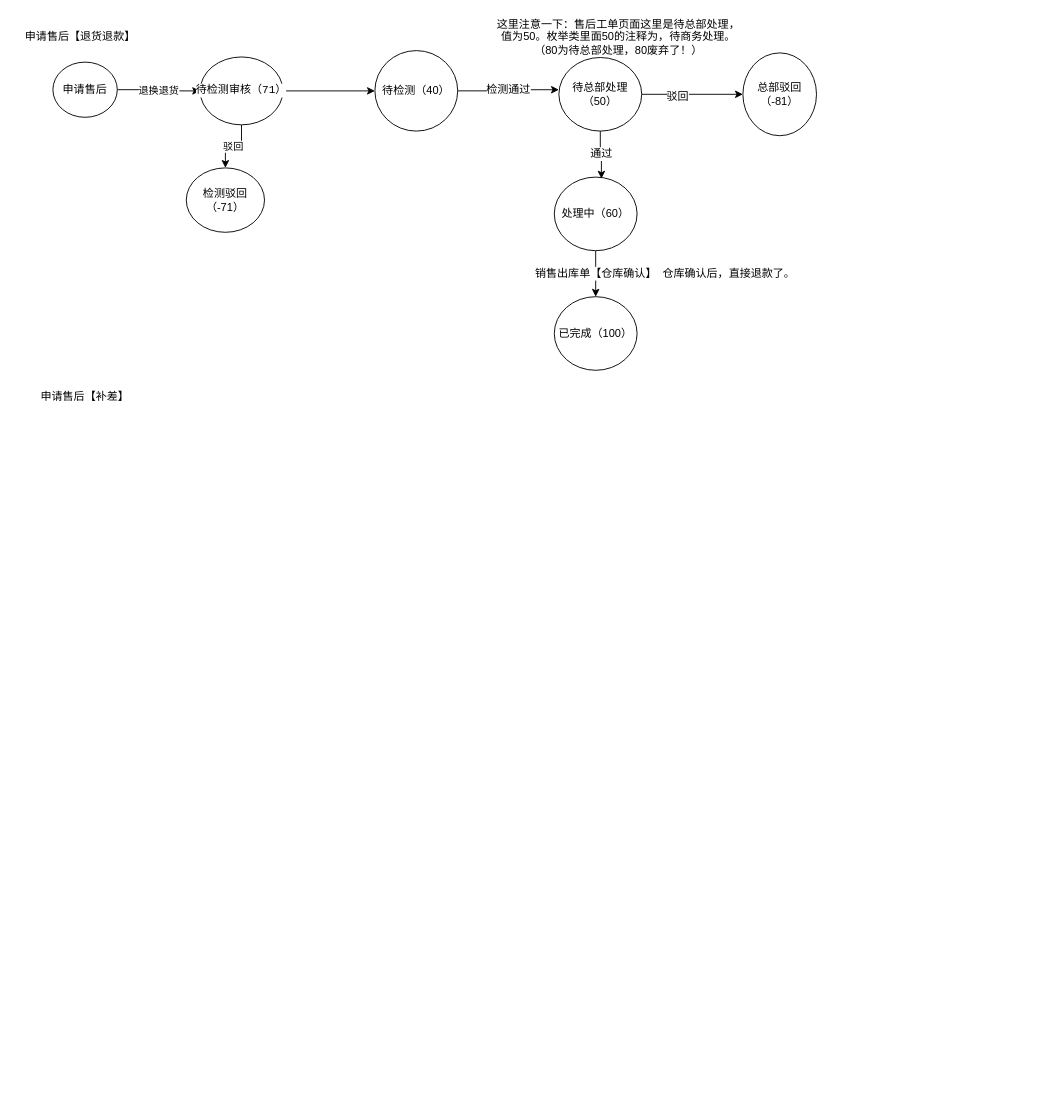
Earlier version of the draw.io diagram 售后状态.drawio (maodunUi/myDraw). Source tidied: cells renumbered, new cells numbered last; positions are measured from the earlier drawing's top-left corner, leaving out a move shared by most shapes. Both pictures are drawn from the tidied source at 92%, with x=0, y=0 at pixel (16, 16).
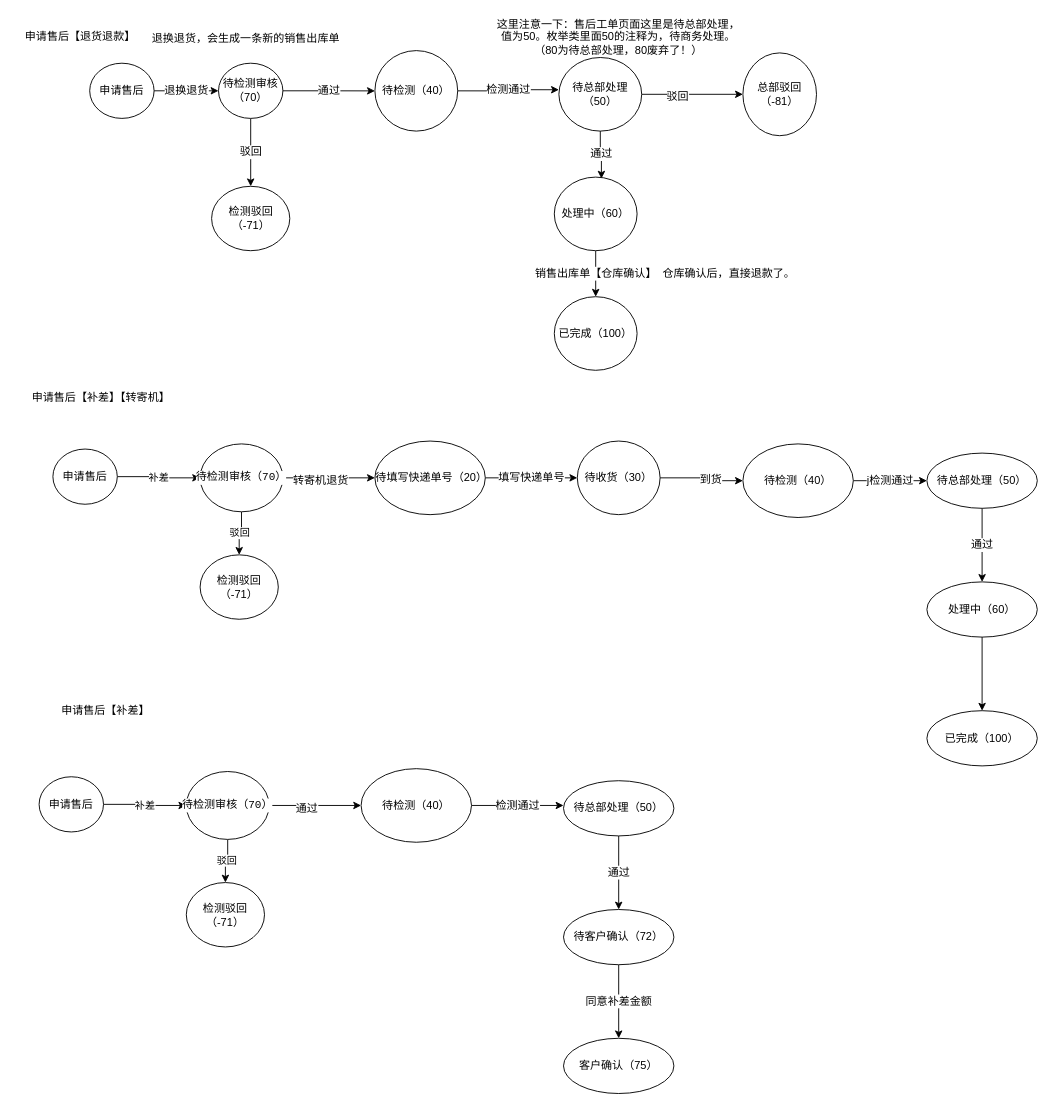
After the change.

Unchanged cells that the change refers to:
```xml
<mxCell id="8" value="待检测（40）" style="ellipse;whiteSpace=wrap;html=1;fontColor=#000000;" parent="1" vertex="1">
  <mxGeometry x="390" y="37.5" width="90" height="87.5" as="geometry" />
</mxCell>
```

What changed in the source:
```diff
@@
-    <mxCell id="2" value="退换退货" style="edgeStyle=orthogonalEdgeStyle;rounded=0;jettySize=auto;html=1;exitX=1;exitY=0.5;exitDx=0;exitDy=0;entryX=0;entryY=0.5;entryDx=0;entryDy=0;" parent="1" edge="1" source="3" target="6">
-      <mxGeometry relative="1" as="geometry" />
-    </mxCell>
+    <mxCell id="22" value="驳回" style="edgeStyle=orthogonalEdgeStyle;rounded=0;jettySize=auto;html=1;exitX=0.5;exitY=1;exitDx=0;exitDy=0;entryX=0.5;entryY=0;entryDx=0;entryDy=0;fontSize=12;fontColor=#000000;" parent="1" edge="1" source="3" target="9">
+      <mxGeometry relative="1" as="geometry" />
+    </mxCell>
-    <mxCell id="3" value="申请售后" style="ellipse;whiteSpace=wrap;html=1;" parent="1" vertex="1">
-      <mxGeometry x="40" y="50" width="70" height="60" as="geometry" />
+    <mxCell id="3" value="待检测审核（70）" style="ellipse;whiteSpace=wrap;html=1;" parent="1" vertex="1">
+      <mxGeometry x="220" y="51.2" width="70" height="60" as="geometry" />
     </mxCell>
-    <mxCell id="4" value="驳回" style="edgeStyle=orthogonalEdgeStyle;rounded=0;jettySize=auto;html=1;exitX=0.5;exitY=1;exitDx=0;exitDy=0;entryX=0.5;entryY=0;entryDx=0;entryDy=0;fontColor=#000000;" parent="1" edge="1" source="6" target="9">
-      <mxGeometry relative="1" as="geometry" />
-    </mxCell>
-    <mxCell id="5" style="edgeStyle=orthogonalEdgeStyle;rounded=0;jettySize=auto;html=1;exitX=1;exitY=0.5;exitDx=0;exitDy=0;fontSize=12;fontColor=#000000;" parent="1" edge="1" source="6" target="8">
+    <mxCell id="5" value="通过" style="edgeStyle=orthogonalEdgeStyle;rounded=0;jettySize=auto;html=1;fontSize=12;fontColor=#000000;" parent="1" edge="1" source="3" target="8">
       <mxGeometry relative="1" as="geometry" />
     </mxCell>
-    <mxCell id="6" value="&lt;pre style=&quot;background-color: rgb(255 , 255 , 255)&quot;&gt;待检测审核（71）&lt;/pre&gt;" style="ellipse;whiteSpace=wrap;html=1;" parent="1" vertex="1">
-      <mxGeometry x="200" y="44.4" width="90" height="73.8" as="geometry" />
-    </mxCell>
@@
     <mxCell id="9" value="检测驳回（-71）" style="ellipse;whiteSpace=wrap;html=1;fontColor=#000000;" parent="1" vertex="1">
-      <mxGeometry x="185" y="165" width="85" height="70" as="geometry" />
+      <mxGeometry x="212.5" y="185" width="85" height="70" as="geometry" />
     </mxCell>
@@
-    <mxCell id="21" value="申请售后【补差】" style="text;html=1;strokeColor=none;fillColor=none;align=center;verticalAlign=middle;whiteSpace=wrap;rounded=0;fontSize=12;fontColor=#000000;" parent="1" vertex="1">
-      <mxGeometry x="5" y="405" width="140" height="17" as="geometry" />
+    <mxCell id="21" value="申请售后【补差】【转寄机】" style="text;html=1;strokeColor=none;fillColor=none;align=center;verticalAlign=middle;whiteSpace=wrap;rounded=0;fontSize=12;fontColor=#000000;" parent="1" vertex="1">
+      <mxGeometry x="5" y="405" width="175" height="20" as="geometry" />
     </mxCell>
+    <mxCell id="23" value="退换退货，会生成一条新的销售出库单" style="text;html=1;strokeColor=none;fillColor=none;align=center;verticalAlign=middle;whiteSpace=wrap;rounded=0;fontSize=12;fontColor=#000000;" parent="1" vertex="1">
+      <mxGeometry x="140" y="12.5" width="220" height="25" as="geometry" />
+    </mxCell>
+    <mxCell id="24" value="补差" style="edgeStyle=orthogonalEdgeStyle;rounded=0;jettySize=auto;html=1;exitX=1;exitY=0.5;exitDx=0;exitDy=0;entryX=0;entryY=0.5;entryDx=0;entryDy=0;" parent="1" edge="1" source="25" target="29">
+      <mxGeometry relative="1" as="geometry" />
+    </mxCell>
+    <mxCell id="25" value="申请售后" style="ellipse;whiteSpace=wrap;html=1;" parent="1" vertex="1">
+      <mxGeometry x="40" y="470.6" width="70" height="60" as="geometry" />
+    </mxCell>
+    <mxCell id="26" value="驳回" style="edgeStyle=orthogonalEdgeStyle;rounded=0;jettySize=auto;html=1;exitX=0.5;exitY=1;exitDx=0;exitDy=0;entryX=0.5;entryY=0;entryDx=0;entryDy=0;fontColor=#000000;" parent="1" edge="1" source="29" target="30">
+      <mxGeometry relative="1" as="geometry" />
+    </mxCell>
+    <mxCell id="27" style="edgeStyle=orthogonalEdgeStyle;rounded=0;jettySize=auto;html=1;exitX=1;exitY=0.5;exitDx=0;exitDy=0;fontSize=12;fontColor=#000000;" parent="1" edge="1" source="29">
+      <mxGeometry relative="1" as="geometry">
+        <mxPoint x="390" y="501.9" as="targetPoint" />
+      </mxGeometry>
+    </mxCell>
+    <mxCell id="28" value="转寄机退货" style="edgeLabel;html=1;align=center;verticalAlign=middle;fontSize=12;fontColor=#000000;" parent="27" vertex="1">
+      <mxGeometry x="-0.2" y="-3" relative="1" as="geometry" />
+    </mxCell>
+    <mxCell id="29" value="&lt;pre style=&quot;background-color: rgb(255 , 255 , 255)&quot;&gt;待检测审核（70）&lt;/pre&gt;" style="ellipse;whiteSpace=wrap;html=1;" parent="1" vertex="1">
+      <mxGeometry x="200" y="465" width="90" height="73.8" as="geometry" />
+    </mxCell>
+    <mxCell id="30" value="检测驳回（-71）" style="ellipse;whiteSpace=wrap;html=1;fontColor=#000000;" parent="1" vertex="1">
+      <mxGeometry x="200" y="585.6" width="85" height="70" as="geometry" />
+    </mxCell>
+    <mxCell id="31" style="edgeStyle=orthogonalEdgeStyle;rounded=0;jettySize=auto;html=1;exitX=1;exitY=0.5;exitDx=0;exitDy=0;entryX=0;entryY=0.5;entryDx=0;entryDy=0;fontSize=12;fontColor=#000000;" parent="1" edge="1" source="33" target="37">
+      <mxGeometry relative="1" as="geometry" />
+    </mxCell>
+    <mxCell id="32" value="到货" style="edgeLabel;html=1;align=center;verticalAlign=middle;fontSize=12;fontColor=#000000;" parent="31" vertex="1">
+      <mxGeometry x="0.25" y="2" relative="1" as="geometry" />
+    </mxCell>
+    <mxCell id="33" value="待收货（30）" style="ellipse;whiteSpace=wrap;html=1;fontSize=12;fontColor=#000000;" parent="1" vertex="1">
+      <mxGeometry x="610" y="461.9" width="90" height="80" as="geometry" />
+    </mxCell>
+    <mxCell id="34" value="填写快递单号" style="edgeStyle=orthogonalEdgeStyle;rounded=0;jettySize=auto;html=1;exitX=1;exitY=0.5;exitDx=0;exitDy=0;entryX=0;entryY=0.5;entryDx=0;entryDy=0;fontSize=12;fontColor=#000000;" parent="1" edge="1" source="35" target="33">
+      <mxGeometry relative="1" as="geometry" />
+    </mxCell>
+    <mxCell id="35" value="待填写快递单号（20）" style="ellipse;whiteSpace=wrap;html=1;fontSize=12;fontColor=#000000;" parent="1" vertex="1">
+      <mxGeometry x="390" y="461.9" width="120" height="80" as="geometry" />
+    </mxCell>
+    <mxCell id="36" value="j检测通过" style="edgeStyle=orthogonalEdgeStyle;rounded=0;jettySize=auto;html=1;fontSize=12;fontColor=#000000;" parent="1" edge="1" source="37" target="39">
+      <mxGeometry relative="1" as="geometry" />
+    </mxCell>
+    <mxCell id="37" value="待检测（40）" style="ellipse;whiteSpace=wrap;html=1;fontSize=12;fontColor=#000000;" parent="1" vertex="1">
+      <mxGeometry x="790" y="465" width="120" height="80" as="geometry" />
+    </mxCell>
+    <mxCell id="38" value="通过" style="edgeStyle=orthogonalEdgeStyle;rounded=0;jettySize=auto;html=1;fontSize=12;fontColor=#000000;" parent="1" edge="1" source="39" target="41">
+      <mxGeometry relative="1" as="geometry" />
+    </mxCell>
+    <mxCell id="39" value="&lt;span&gt;待总部处理（50）&lt;/span&gt;" style="ellipse;whiteSpace=wrap;html=1;fontColor=#000000;" parent="1" vertex="1">
+      <mxGeometry x="990" y="475" width="120" height="60" as="geometry" />
+    </mxCell>
+    <mxCell id="40" style="edgeStyle=orthogonalEdgeStyle;rounded=0;jettySize=auto;html=1;fontSize=12;fontColor=#000000;" parent="1" edge="1" source="41" target="42">
+      <mxGeometry relative="1" as="geometry" />
+    </mxCell>
+    <mxCell id="41" value="&lt;span&gt;处理中（60）&lt;/span&gt;" style="ellipse;whiteSpace=wrap;html=1;fontColor=#000000;" parent="1" vertex="1">
+      <mxGeometry x="990" y="615" width="120" height="60" as="geometry" />
+    </mxCell>
+    <mxCell id="42" value="&lt;span&gt;已完成（100）&lt;/span&gt;" style="ellipse;whiteSpace=wrap;html=1;fontColor=#000000;" parent="1" vertex="1">
+      <mxGeometry x="990" y="755" width="120" height="60" as="geometry" />
+    </mxCell>
+    <mxCell id="43" value="申请售后【补差】" style="text;html=1;strokeColor=none;fillColor=none;align=center;verticalAlign=middle;whiteSpace=wrap;rounded=0;fontSize=12;fontColor=#000000;" parent="1" vertex="1">
+      <mxGeometry x="10" y="745" width="175" height="20" as="geometry" />
+    </mxCell>
+    <mxCell id="44" value="补差" style="edgeStyle=orthogonalEdgeStyle;rounded=0;jettySize=auto;html=1;exitX=1;exitY=0.5;exitDx=0;exitDy=0;entryX=0;entryY=0.5;entryDx=0;entryDy=0;" parent="1" edge="1" source="45" target="49">
+      <mxGeometry relative="1" as="geometry" />
+    </mxCell>
+    <mxCell id="45" value="申请售后" style="ellipse;whiteSpace=wrap;html=1;" parent="1" vertex="1">
+      <mxGeometry x="25" y="826.8" width="70" height="60" as="geometry" />
+    </mxCell>
+    <mxCell id="46" value="驳回" style="edgeStyle=orthogonalEdgeStyle;rounded=0;jettySize=auto;html=1;exitX=0.5;exitY=1;exitDx=0;exitDy=0;entryX=0.5;entryY=0;entryDx=0;entryDy=0;fontColor=#000000;" parent="1" edge="1" source="49" target="50">
+      <mxGeometry relative="1" as="geometry" />
+    </mxCell>
+    <mxCell id="47" style="edgeStyle=orthogonalEdgeStyle;rounded=0;jettySize=auto;html=1;exitX=1;exitY=0.5;exitDx=0;exitDy=0;fontSize=12;fontColor=#000000;" parent="1" edge="1" source="49">
+      <mxGeometry relative="1" as="geometry">
+        <mxPoint x="375" y="858" as="targetPoint" />
+      </mxGeometry>
+    </mxCell>
+    <mxCell id="48" value="通过" style="edgeLabel;html=1;align=center;verticalAlign=middle;fontSize=12;fontColor=#000000;" parent="47" vertex="1">
+      <mxGeometry x="-0.2" y="-3" relative="1" as="geometry" />
+    </mxCell>
+    <mxCell id="49" value="&lt;pre style=&quot;background-color: rgb(255 , 255 , 255)&quot;&gt;待检测审核（70）&lt;/pre&gt;" style="ellipse;whiteSpace=wrap;html=1;" parent="1" vertex="1">
+      <mxGeometry x="185" y="821.1" width="90" height="73.8" as="geometry" />
+    </mxCell>
+    <mxCell id="50" value="检测驳回（-71）" style="ellipse;whiteSpace=wrap;html=1;fontColor=#000000;" parent="1" vertex="1">
+      <mxGeometry x="185" y="941.8" width="85" height="70" as="geometry" />
+    </mxCell>
+    <mxCell id="51" value="检测通过" style="edgeStyle=orthogonalEdgeStyle;rounded=0;jettySize=auto;html=1;exitX=1;exitY=0.5;exitDx=0;exitDy=0;entryX=0;entryY=0.5;entryDx=0;entryDy=0;fontSize=12;fontColor=#000000;" parent="1" edge="1" source="52">
+      <mxGeometry relative="1" as="geometry">
+        <mxPoint x="595" y="858" as="targetPoint" />
+      </mxGeometry>
+    </mxCell>
+    <mxCell id="52" value="待检测（40）" style="ellipse;whiteSpace=wrap;html=1;fontSize=12;fontColor=#000000;" parent="1" vertex="1">
+      <mxGeometry x="375" y="818" width="120" height="80" as="geometry" />
+    </mxCell>
+    <mxCell id="53" value="通过" style="edgeStyle=orthogonalEdgeStyle;rounded=0;jettySize=auto;html=1;fontSize=12;fontColor=#000000;" parent="1" edge="1" source="54" target="56">
+      <mxGeometry relative="1" as="geometry" />
+    </mxCell>
+    <mxCell id="54" value="&lt;span&gt;待总部处理（50）&lt;/span&gt;" style="ellipse;whiteSpace=wrap;html=1;fontColor=#000000;" parent="1" vertex="1">
+      <mxGeometry x="595" y="831.1" width="120" height="60" as="geometry" />
+    </mxCell>
+    <mxCell id="55" value="同意补差金额" style="edgeStyle=orthogonalEdgeStyle;rounded=0;jettySize=auto;html=1;fontSize=12;fontColor=#000000;" parent="1" edge="1" source="56" target="57">
+      <mxGeometry relative="1" as="geometry" />
+    </mxCell>
+    <mxCell id="56" value="&lt;span&gt;待客户确认（72）&lt;/span&gt;" style="ellipse;whiteSpace=wrap;html=1;fontColor=#000000;" parent="1" vertex="1">
+      <mxGeometry x="595" y="971.1" width="120" height="60" as="geometry" />
+    </mxCell>
+    <mxCell id="57" value="&lt;span&gt;客户确认（75）&lt;/span&gt;" style="ellipse;whiteSpace=wrap;html=1;fontColor=#000000;" parent="1" vertex="1">
+      <mxGeometry x="595" y="1111.1" width="120" height="60" as="geometry" />
+    </mxCell>
+    <mxCell id="2" value="退换退货" style="edgeStyle=orthogonalEdgeStyle;rounded=0;jettySize=auto;html=1;exitX=1;exitY=0.5;exitDx=0;exitDy=0;fontSize=12;fontColor=#000000;" parent="1" edge="1" source="58" target="3">
+      <mxGeometry relative="1" as="geometry" />
+    </mxCell>
+    <mxCell id="58" value="申请售后" style="ellipse;whiteSpace=wrap;html=1;" parent="1" vertex="1">
+      <mxGeometry x="80" y="51.2" width="70" height="60" as="geometry" />
+    </mxCell>
```
